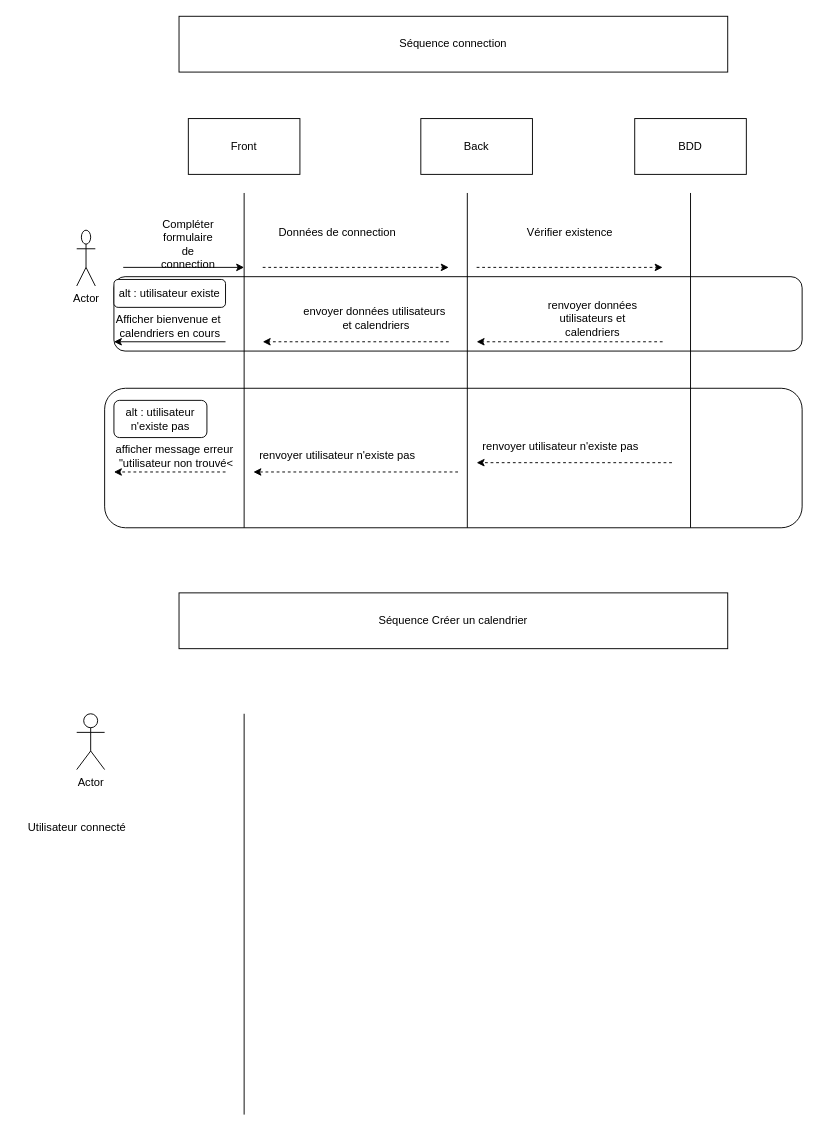
Above: Diagramme sans nom.drawio in mariannemnrt/StudiProjetAdventCalendar (draw.io), before the change. Source tidied: cells renumbered, new cells numbered last; positions are measured from the earlier drawing's top-left corner, leaving out a move shared by most shapes. Both pictures are drawn from the tidied source at 93%, with x=0, y=0 at pixel (16, 16).
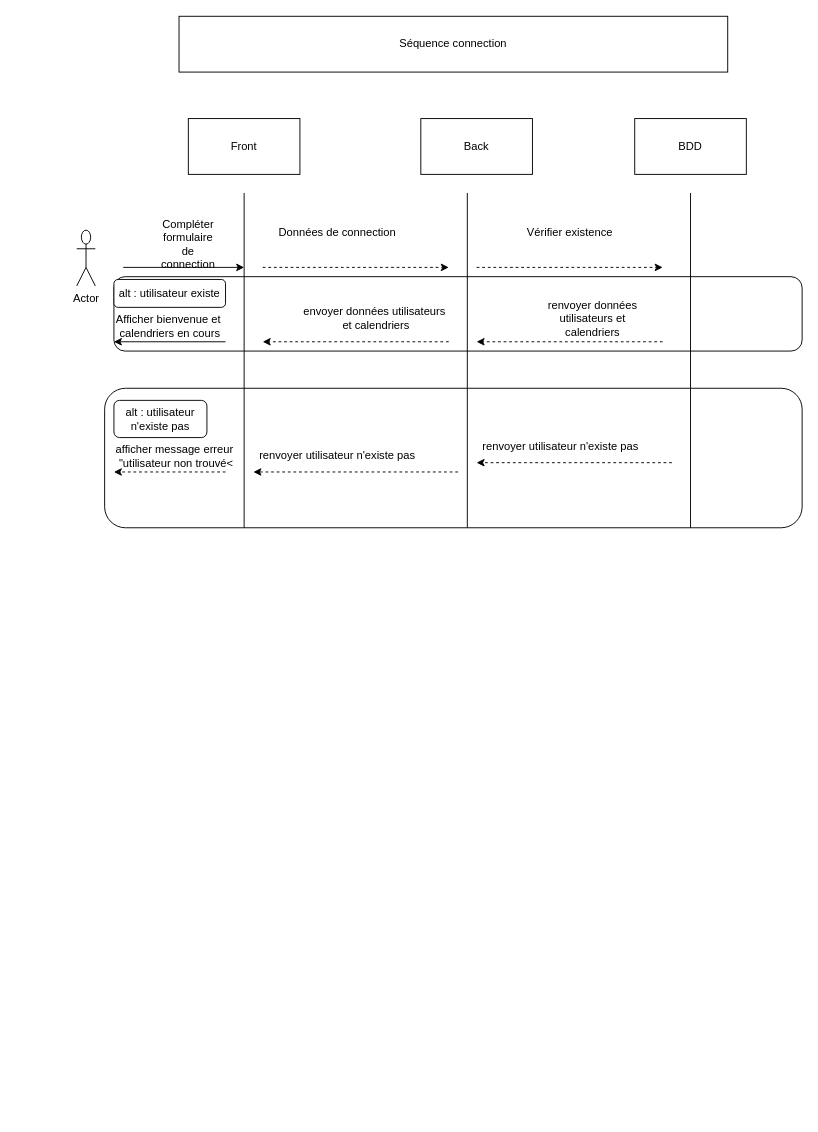
The same diagram, later.

The edit, as a diff of the source:
```diff
@@
-    <mxCell id="32" value="Séquence Créer un calendrier " style="whiteSpace=wrap;html=1;" parent="1" vertex="1">
-      <mxGeometry x="175" y="620" width="590" height="60" as="geometry" />
-    </mxCell>
-    <mxCell id="33" value="Actor" style="shape=umlActor;verticalLabelPosition=bottom;verticalAlign=top;html=1;" parent="1" vertex="1">
-      <mxGeometry x="65" y="750" width="30" height="60" as="geometry" />
-    </mxCell>
-    <mxCell id="34" value="Utilisateur connecté" style="text;html=1;align=center;verticalAlign=middle;strokeColor=none;fillColor=none;" parent="1" vertex="1">
-      <mxGeometry y="858" width="130" height="30" as="geometry" />
-    </mxCell>
-    <mxCell id="35" style="endArrow=none;html=1;rounded=0;" parent="1" edge="1">
-      <mxGeometry relative="1" as="geometry">
-        <mxPoint x="245" y="750" as="sourcePoint" />
-        <mxPoint x="245" y="1181" as="targetPoint" />
-      </mxGeometry>
-    </mxCell>
```
